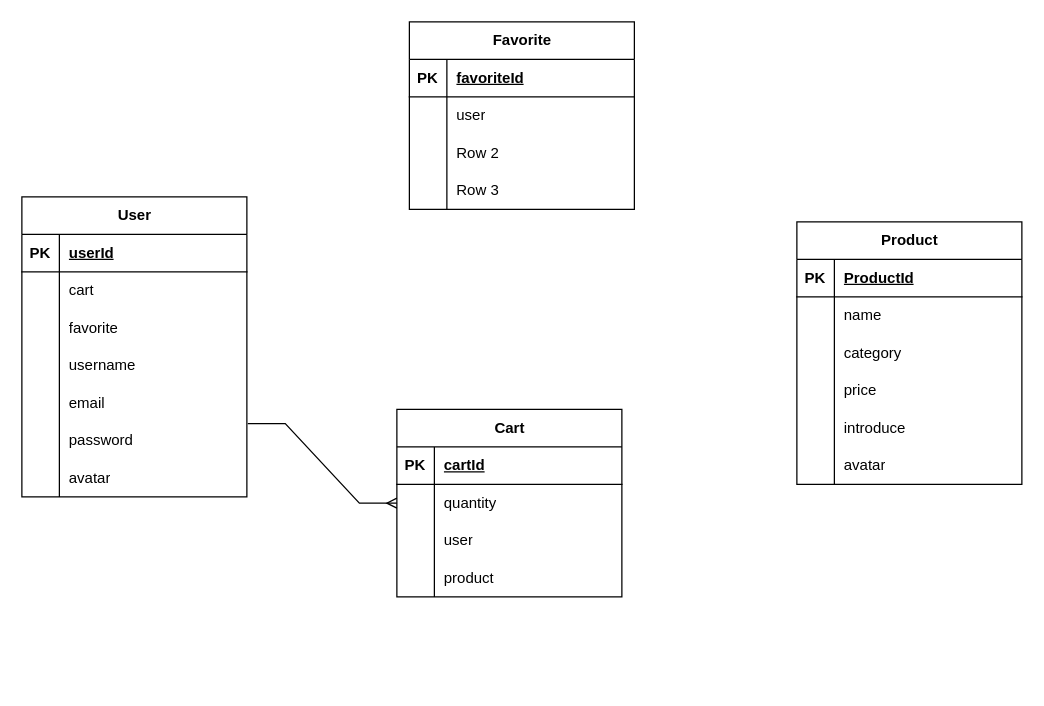
Before: Page_Diagram/petJPA.drawio in dzwfighting/pet_home_evan, a draw.io diagram. Source tidied: cells renumbered, new cells numbered last; positions are measured from the earlier drawing's top-left corner, leaving out a move shared by most shapes. Both pictures are drawn from the tidied source at 125%, with x=0, y=0 at pixel (21, 21).
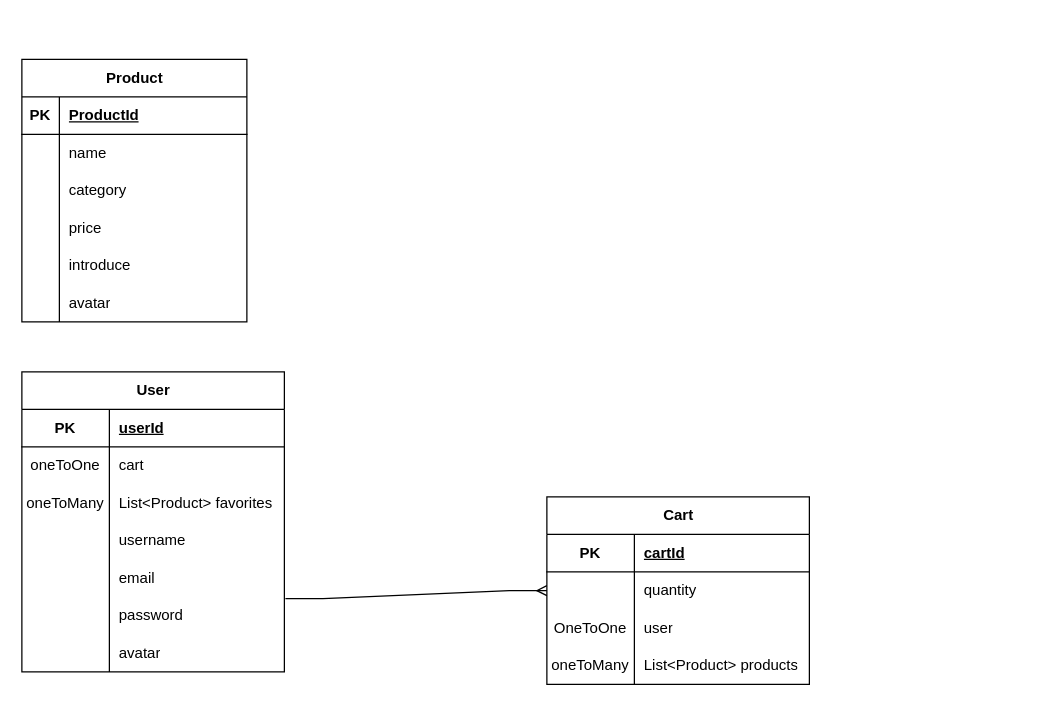
The same page after the edit.

Commit message:
Update User, Product, Cart table JPA

What changed in the source:
```diff
@@
     <mxCell id="2" value="User" style="shape=table;startSize=30;childLayout=tableLayout;rowLines=0;fontStyle=1;align=center;html=1;" parent="1" vertex="1">
-      <mxGeometry y="140" width="180" height="240" as="geometry" />
+      <mxGeometry y="280" width="210" height="240" as="geometry" />
     </mxCell>
     <mxCell id="3" style="shape=tableRow;horizontal=0;startSize=0;swimlaneHead=0;swimlaneBody=0;fillColor=none;top=0;left=0;right=0;bottom=1;" parent="2" vertex="1">
-      <mxGeometry y="30" width="180" height="30" as="geometry" />
+      <mxGeometry y="30" width="210" height="30" as="geometry" />
     </mxCell>
     <mxCell id="4" value="PK" style="shape=partialRectangle;fillColor=none;top=0;left=0;bottom=0;right=0;fontStyle=1;overflow=hidden;whiteSpace=wrap;html=1;" parent="3" vertex="1">
-      <mxGeometry width="30" height="30" as="geometry" />
+      <mxGeometry width="70" height="30" as="geometry" />
     </mxCell>
     <mxCell id="5" value="userId" style="shape=partialRectangle;fillColor=none;top=0;left=0;bottom=0;right=0;align=left;spacingLeft=6;fontStyle=5;overflow=hidden;whiteSpace=wrap;html=1;" parent="3" vertex="1">
-      <mxGeometry x="30" width="150" height="30" as="geometry" />
+      <mxGeometry x="70" width="140" height="30" as="geometry" />
     </mxCell>
     <mxCell id="6" style="shape=tableRow;horizontal=0;startSize=0;swimlaneHead=0;swimlaneBody=0;fillColor=none;top=0;left=0;right=0;bottom=0;" parent="2" vertex="1">
-      <mxGeometry y="60" width="180" height="30" as="geometry" />
+      <mxGeometry y="60" width="210" height="30" as="geometry" />
     </mxCell>
-    <mxCell id="7" style="shape=partialRectangle;fillColor=none;top=0;left=0;bottom=0;right=0;overflow=hidden;whiteSpace=wrap;html=1;" parent="6" vertex="1">
-      <mxGeometry width="30" height="30" as="geometry" />
+    <mxCell id="7" value="oneToOne" style="shape=partialRectangle;fillColor=none;top=0;left=0;bottom=0;right=0;overflow=hidden;whiteSpace=wrap;html=1;" parent="6" vertex="1">
+      <mxGeometry width="70" height="30" as="geometry" />
     </mxCell>
     <mxCell id="8" value="cart" style="shape=partialRectangle;fillColor=none;top=0;left=0;bottom=0;right=0;align=left;spacingLeft=6;overflow=hidden;whiteSpace=wrap;html=1;" parent="6" vertex="1">
-      <mxGeometry x="30" width="150" height="30" as="geometry" />
+      <mxGeometry x="70" width="140" height="30" as="geometry" />
     </mxCell>
     <mxCell id="9" style="shape=tableRow;horizontal=0;startSize=0;swimlaneHead=0;swimlaneBody=0;fillColor=none;top=0;left=0;right=0;bottom=0;" parent="2" vertex="1">
-      <mxGeometry y="90" width="180" height="30" as="geometry" />
+      <mxGeometry y="90" width="210" height="30" as="geometry" />
     </mxCell>
-    <mxCell id="10" style="shape=partialRectangle;fillColor=none;top=0;left=0;bottom=0;right=0;overflow=hidden;whiteSpace=wrap;html=1;" parent="9" vertex="1">
-      <mxGeometry width="30" height="30" as="geometry" />
+    <mxCell id="10" value="oneToMany" style="shape=partialRectangle;fillColor=none;top=0;left=0;bottom=0;right=0;overflow=hidden;whiteSpace=wrap;html=1;" parent="9" vertex="1">
+      <mxGeometry width="70" height="30" as="geometry" />
     </mxCell>
-    <mxCell id="11" value="favorite" style="shape=partialRectangle;fillColor=none;top=0;left=0;bottom=0;right=0;align=left;spacingLeft=6;overflow=hidden;whiteSpace=wrap;html=1;" parent="9" vertex="1">
-      <mxGeometry x="30" width="150" height="30" as="geometry" />
+    <mxCell id="11" value="List&amp;lt;Product&amp;gt; favorites" style="shape=partialRectangle;fillColor=none;top=0;left=0;bottom=0;right=0;align=left;spacingLeft=6;overflow=hidden;whiteSpace=wrap;html=1;" parent="9" vertex="1">
+      <mxGeometry x="70" width="140" height="30" as="geometry" />
     </mxCell>
     <mxCell id="12" style="shape=tableRow;horizontal=0;startSize=0;swimlaneHead=0;swimlaneBody=0;fillColor=none;top=0;left=0;right=0;bottom=0;" parent="2" vertex="1">
-      <mxGeometry y="120" width="180" height="30" as="geometry" />
+      <mxGeometry y="120" width="210" height="30" as="geometry" />
     </mxCell>
     <mxCell id="13" style="shape=partialRectangle;fillColor=none;top=0;left=0;bottom=0;right=0;overflow=hidden;whiteSpace=wrap;html=1;" parent="12" vertex="1">
-      <mxGeometry width="30" height="30" as="geometry" />
+      <mxGeometry width="70" height="30" as="geometry" />
     </mxCell>
     <mxCell id="14" value="username" style="shape=partialRectangle;fillColor=none;top=0;left=0;bottom=0;right=0;align=left;spacingLeft=6;overflow=hidden;whiteSpace=wrap;html=1;" parent="12" vertex="1">
-      <mxGeometry x="30" width="150" height="30" as="geometry" />
+      <mxGeometry x="70" width="140" height="30" as="geometry" />
     </mxCell>
     <mxCell id="15" style="shape=tableRow;horizontal=0;startSize=0;swimlaneHead=0;swimlaneBody=0;fillColor=none;top=0;left=0;right=0;bottom=0;" parent="2" vertex="1">
-      <mxGeometry y="150" width="180" height="30" as="geometry" />
+      <mxGeometry y="150" width="210" height="30" as="geometry" />
     </mxCell>
     <mxCell id="16" style="shape=partialRectangle;fillColor=none;top=0;left=0;bottom=0;right=0;overflow=hidden;whiteSpace=wrap;html=1;" parent="15" vertex="1">
-      <mxGeometry width="30" height="30" as="geometry" />
+      <mxGeometry width="70" height="30" as="geometry" />
     </mxCell>
     <mxCell id="17" value="email" style="shape=partialRectangle;fillColor=none;top=0;left=0;bottom=0;right=0;align=left;spacingLeft=6;overflow=hidden;whiteSpace=wrap;html=1;" parent="15" vertex="1">
-      <mxGeometry x="30" width="150" height="30" as="geometry" />
+      <mxGeometry x="70" width="140" height="30" as="geometry" />
     </mxCell>
     <mxCell id="18" style="shape=tableRow;horizontal=0;startSize=0;swimlaneHead=0;swimlaneBody=0;fillColor=none;points=[[0,0.5],[1,0.5]];portConstraint=eastwest;top=0;left=0;right=0;bottom=0;" parent="2" vertex="1">
-      <mxGeometry y="180" width="180" height="30" as="geometry" />
+      <mxGeometry y="180" width="210" height="30" as="geometry" />
     </mxCell>
     <mxCell id="19" style="shape=partialRectangle;fillColor=none;top=0;left=0;bottom=0;right=0;overflow=hidden;whiteSpace=wrap;html=1;" parent="18" vertex="1">
-      <mxGeometry width="30" height="30" as="geometry" />
+      <mxGeometry width="70" height="30" as="geometry" />
     </mxCell>
     <mxCell id="20" value="password" style="shape=partialRectangle;fillColor=none;top=0;left=0;bottom=0;right=0;align=left;spacingLeft=6;overflow=hidden;whiteSpace=wrap;html=1;" parent="18" vertex="1">
-      <mxGeometry x="30" width="150" height="30" as="geometry" />
+      <mxGeometry x="70" width="140" height="30" as="geometry" />
     </mxCell>
     <mxCell id="21" style="shape=tableRow;horizontal=0;startSize=0;swimlaneHead=0;swimlaneBody=0;fillColor=none;top=0;left=0;right=0;bottom=0;" parent="2" vertex="1">
-      <mxGeometry y="210" width="180" height="30" as="geometry" />
+      <mxGeometry y="210" width="210" height="30" as="geometry" />
     </mxCell>
     <mxCell id="22" style="shape=partialRectangle;fillColor=none;top=0;left=0;bottom=0;right=0;overflow=hidden;whiteSpace=wrap;html=1;" parent="21" vertex="1">
-      <mxGeometry width="30" height="30" as="geometry" />
+      <mxGeometry width="70" height="30" as="geometry" />
     </mxCell>
     <mxCell id="23" value="avatar" style="shape=partialRectangle;fillColor=none;top=0;left=0;bottom=0;right=0;align=left;spacingLeft=6;overflow=hidden;whiteSpace=wrap;html=1;" parent="21" vertex="1">
-      <mxGeometry x="30" width="150" height="30" as="geometry" />
+      <mxGeometry x="70" width="140" height="30" as="geometry" />
     </mxCell>
     <mxCell id="24" value="Product" style="shape=table;startSize=30;childLayout=tableLayout;rowLines=0;fontStyle=1;align=center;html=1;" parent="1" vertex="1">
-      <mxGeometry x="620" y="160" width="180" height="210" as="geometry" />
+      <mxGeometry y="30" width="180" height="210" as="geometry" />
     </mxCell>
@@
     <mxCell id="43" value="Cart" style="shape=table;startSize=30;childLayout=tableLayout;rowLines=0;fontStyle=1;align=center;html=1;" parent="1" vertex="1">
-      <mxGeometry x="300" y="310" width="180" height="150" as="geometry" />
+      <mxGeometry x="420" y="380" width="210" height="150" as="geometry" />
     </mxCell>
     <mxCell id="44" style="shape=tableRow;horizontal=0;startSize=0;swimlaneHead=0;swimlaneBody=0;fillColor=none;top=0;left=0;right=0;bottom=1;" parent="43" vertex="1">
-      <mxGeometry y="30" width="180" height="30" as="geometry" />
+      <mxGeometry y="30" width="210" height="30" as="geometry" />
     </mxCell>
     <mxCell id="45" value="PK" style="shape=partialRectangle;fillColor=none;top=0;left=0;bottom=0;right=0;fontStyle=1;overflow=hidden;whiteSpace=wrap;html=1;" parent="44" vertex="1">
-      <mxGeometry width="30" height="30" as="geometry" />
+      <mxGeometry width="70" height="30" as="geometry" />
     </mxCell>
     <mxCell id="46" value="cartId" style="shape=partialRectangle;fillColor=none;top=0;left=0;bottom=0;right=0;align=left;spacingLeft=6;fontStyle=5;overflow=hidden;whiteSpace=wrap;html=1;" parent="44" vertex="1">
-      <mxGeometry x="30" width="150" height="30" as="geometry" />
+      <mxGeometry x="70" width="140" height="30" as="geometry" />
     </mxCell>
     <mxCell id="47" style="shape=tableRow;horizontal=0;startSize=0;swimlaneHead=0;swimlaneBody=0;fillColor=none;points=[[0,0.5],[1,0.5]];portConstraint=eastwest;top=0;left=0;right=0;bottom=0;" parent="43" vertex="1">
-      <mxGeometry y="60" width="180" height="30" as="geometry" />
+      <mxGeometry y="60" width="210" height="30" as="geometry" />
     </mxCell>
     <mxCell id="48" style="shape=partialRectangle;fillColor=none;top=0;left=0;bottom=0;right=0;overflow=hidden;whiteSpace=wrap;html=1;" parent="47" vertex="1">
-      <mxGeometry width="30" height="30" as="geometry" />
+      <mxGeometry width="70" height="30" as="geometry" />
     </mxCell>
     <mxCell id="49" value="quantity" style="shape=partialRectangle;fillColor=none;top=0;left=0;bottom=0;right=0;align=left;spacingLeft=6;overflow=hidden;whiteSpace=wrap;html=1;" parent="47" vertex="1">
-      <mxGeometry x="30" width="150" height="30" as="geometry" />
+      <mxGeometry x="70" width="140" height="30" as="geometry" />
     </mxCell>
     <mxCell id="50" style="shape=tableRow;horizontal=0;startSize=0;swimlaneHead=0;swimlaneBody=0;fillColor=none;top=0;left=0;right=0;bottom=0;" parent="43" vertex="1">
-      <mxGeometry y="90" width="180" height="30" as="geometry" />
+      <mxGeometry y="90" width="210" height="30" as="geometry" />
     </mxCell>
-    <mxCell id="51" style="shape=partialRectangle;fillColor=none;top=0;left=0;bottom=0;right=0;overflow=hidden;whiteSpace=wrap;html=1;" parent="50" vertex="1">
-      <mxGeometry width="30" height="30" as="geometry" />
+    <mxCell id="51" value="OneToOne" style="shape=partialRectangle;fillColor=none;top=0;left=0;bottom=0;right=0;overflow=hidden;whiteSpace=wrap;html=1;" parent="50" vertex="1">
+      <mxGeometry width="70" height="30" as="geometry" />
     </mxCell>
     <mxCell id="52" value="user" style="shape=partialRectangle;fillColor=none;top=0;left=0;bottom=0;right=0;align=left;spacingLeft=6;overflow=hidden;whiteSpace=wrap;html=1;" parent="50" vertex="1">
-      <mxGeometry x="30" width="150" height="30" as="geometry" />
+      <mxGeometry x="70" width="140" height="30" as="geometry" />
     </mxCell>
     <mxCell id="53" style="shape=tableRow;horizontal=0;startSize=0;swimlaneHead=0;swimlaneBody=0;fillColor=none;top=0;left=0;right=0;bottom=0;" parent="43" vertex="1">
-      <mxGeometry y="120" width="180" height="30" as="geometry" />
+      <mxGeometry y="120" width="210" height="30" as="geometry" />
     </mxCell>
-    <mxCell id="54" style="shape=partialRectangle;fillColor=none;top=0;left=0;bottom=0;right=0;overflow=hidden;whiteSpace=wrap;html=1;" parent="53" vertex="1">
-      <mxGeometry width="30" height="30" as="geometry" />
+    <mxCell id="54" value="oneToMany" style="shape=partialRectangle;fillColor=none;top=0;left=0;bottom=0;right=0;overflow=hidden;whiteSpace=wrap;html=1;" parent="53" vertex="1">
+      <mxGeometry width="70" height="30" as="geometry" />
     </mxCell>
-    <mxCell id="55" value="product" style="shape=partialRectangle;fillColor=none;top=0;left=0;bottom=0;right=0;align=left;spacingLeft=6;overflow=hidden;whiteSpace=wrap;html=1;" parent="53" vertex="1">
-      <mxGeometry x="30" width="150" height="30" as="geometry" />
+    <mxCell id="55" value="List&amp;lt;Product&amp;gt; products" style="shape=partialRectangle;fillColor=none;top=0;left=0;bottom=0;right=0;align=left;spacingLeft=6;overflow=hidden;whiteSpace=wrap;html=1;" parent="53" vertex="1">
+      <mxGeometry x="70" width="140" height="30" as="geometry" />
     </mxCell>
@@
-    <mxCell id="57" value="Favorite" style="shape=table;startSize=30;childLayout=tableLayout;rowLines=0;fontStyle=1;align=center;html=1;" parent="1" vertex="1">
-      <mxGeometry x="310" width="180" height="150" as="geometry" />
-    </mxCell>
-    <mxCell id="58" style="shape=tableRow;horizontal=0;startSize=0;swimlaneHead=0;swimlaneBody=0;fillColor=none;top=0;left=0;right=0;bottom=1;" parent="57" vertex="1">
-      <mxGeometry y="30" width="180" height="30" as="geometry" />
-    </mxCell>
-    <mxCell id="59" value="PK" style="shape=partialRectangle;fillColor=none;top=0;left=0;bottom=0;right=0;fontStyle=1;overflow=hidden;whiteSpace=wrap;html=1;" parent="58" vertex="1">
-      <mxGeometry width="30" height="30" as="geometry" />
-    </mxCell>
-    <mxCell id="60" value="favoriteId" style="shape=partialRectangle;fillColor=none;top=0;left=0;bottom=0;right=0;align=left;spacingLeft=6;fontStyle=5;overflow=hidden;whiteSpace=wrap;html=1;" parent="58" vertex="1">
-      <mxGeometry x="30" width="150" height="30" as="geometry" />
-    </mxCell>
-    <mxCell id="61" style="shape=tableRow;horizontal=0;startSize=0;swimlaneHead=0;swimlaneBody=0;fillColor=none;top=0;left=0;right=0;bottom=0;" parent="57" vertex="1">
-      <mxGeometry y="60" width="180" height="30" as="geometry" />
-    </mxCell>
-    <mxCell id="62" style="shape=partialRectangle;fillColor=none;top=0;left=0;bottom=0;right=0;overflow=hidden;whiteSpace=wrap;html=1;" parent="61" vertex="1">
-      <mxGeometry width="30" height="30" as="geometry" />
-    </mxCell>
-    <mxCell id="63" value="user" style="shape=partialRectangle;fillColor=none;top=0;left=0;bottom=0;right=0;align=left;spacingLeft=6;overflow=hidden;whiteSpace=wrap;html=1;" parent="61" vertex="1">
-      <mxGeometry x="30" width="150" height="30" as="geometry" />
-    </mxCell>
-    <mxCell id="64" style="shape=tableRow;horizontal=0;startSize=0;swimlaneHead=0;swimlaneBody=0;fillColor=none;top=0;left=0;right=0;bottom=0;" parent="57" vertex="1">
-      <mxGeometry y="90" width="180" height="30" as="geometry" />
-    </mxCell>
-    <mxCell id="65" style="shape=partialRectangle;fillColor=none;top=0;left=0;bottom=0;right=0;overflow=hidden;whiteSpace=wrap;html=1;" parent="64" vertex="1">
-      <mxGeometry width="30" height="30" as="geometry" />
-    </mxCell>
-    <mxCell id="66" value="Row 2" style="shape=partialRectangle;fillColor=none;top=0;left=0;bottom=0;right=0;align=left;spacingLeft=6;overflow=hidden;whiteSpace=wrap;html=1;" parent="64" vertex="1">
-      <mxGeometry x="30" width="150" height="30" as="geometry" />
-    </mxCell>
-    <mxCell id="67" style="shape=tableRow;horizontal=0;startSize=0;swimlaneHead=0;swimlaneBody=0;fillColor=none;top=0;left=0;right=0;bottom=0;" parent="57" vertex="1">
-      <mxGeometry y="120" width="180" height="30" as="geometry" />
-    </mxCell>
-    <mxCell id="68" style="shape=partialRectangle;fillColor=none;top=0;left=0;bottom=0;right=0;overflow=hidden;whiteSpace=wrap;html=1;" parent="67" vertex="1">
-      <mxGeometry width="30" height="30" as="geometry" />
-    </mxCell>
-    <mxCell id="69" value="Row 3" style="shape=partialRectangle;fillColor=none;top=0;left=0;bottom=0;right=0;align=left;spacingLeft=6;overflow=hidden;whiteSpace=wrap;html=1;" parent="67" vertex="1">
-      <mxGeometry x="30" width="150" height="30" as="geometry" />
-    </mxCell>
```
